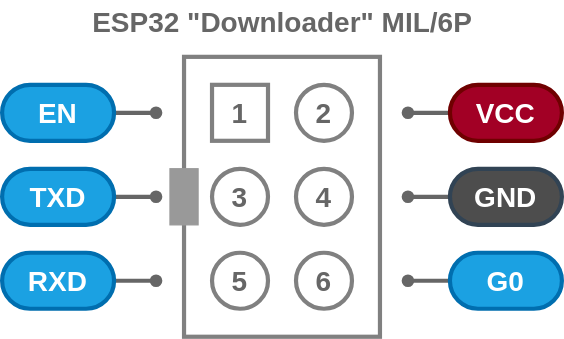
askn37/askn37.github.io keeps this draw.io diagram as svg/ESP32DL-M6P.drawio.svg. Above is the earlier version. Source tidied: cells renumbered, new cells last; positions are measured from the earlier drawing's top-left corner, leaving out a move shared by most shapes. The source it was exported from:
```xml
<mxGraphModel>
  <root>
    <mxCell id="0" />
    <mxCell id="1" parent="0" />
    <mxCell id="2" style="rounded=0;whiteSpace=wrap;html=1;labelBackgroundColor=#663300;fontSize=20;fontColor=#FFFFFF;strokeColor=#808080;strokeWidth=3;fillColor=none;" parent="1" vertex="1">
      <mxGeometry x="130" y="40" width="140" height="200" as="geometry" />
    </mxCell>
    <mxCell id="3" value="2" style="ellipse;whiteSpace=wrap;html=1;strokeWidth=3;strokeColor=#808080;fontSize=20;fontStyle=1;rounded=1;fontColor=#666666;fillColor=none;" parent="1" vertex="1">
      <mxGeometry x="210" y="60" width="40" height="40" as="geometry" />
    </mxCell>
    <mxCell id="4" value="1" style="whiteSpace=wrap;html=1;strokeWidth=3;strokeColor=#808080;fontStyle=1;fontSize=20;rounded=0;fontColor=#666666;fillColor=none;" parent="1" vertex="1">
      <mxGeometry x="150" y="60" width="40" height="40" as="geometry" />
    </mxCell>
    <mxCell id="5" value="3" style="ellipse;whiteSpace=wrap;html=1;strokeColor=#808080;strokeWidth=3;fontSize=20;fontStyle=1;rounded=1;fontColor=#666666;fillColor=none;" parent="1" vertex="1">
      <mxGeometry x="150" y="120" width="40" height="40" as="geometry" />
    </mxCell>
    <mxCell id="6" value="4" style="ellipse;whiteSpace=wrap;html=1;strokeColor=#808080;strokeWidth=3;fontStyle=1;fontSize=20;rounded=1;fontColor=#666666;fillColor=none;" parent="1" vertex="1">
      <mxGeometry x="210" y="120" width="40" height="40" as="geometry" />
    </mxCell>
    <mxCell id="7" value="5" style="ellipse;whiteSpace=wrap;html=1;strokeWidth=3;strokeColor=#808080;fontStyle=1;fontSize=20;rounded=1;fontColor=#666666;fillColor=none;" parent="1" vertex="1">
      <mxGeometry x="150" y="180" width="40" height="40" as="geometry" />
    </mxCell>
    <mxCell id="8" value="6" style="ellipse;whiteSpace=wrap;html=1;strokeColor=#808080;strokeWidth=3;fontStyle=1;fontSize=20;rounded=1;fontColor=#666666;fillColor=none;" parent="1" vertex="1">
      <mxGeometry x="210" y="180" width="40" height="40" as="geometry" />
    </mxCell>
    <mxCell id="9" style="edgeStyle=none;html=1;fontSize=20;fontColor=#FFFFFF;startArrow=none;startFill=0;endArrow=oval;endFill=1;strokeColor=#666666;strokeWidth=3;" parent="1" edge="1">
      <mxGeometry relative="1" as="geometry">
        <mxPoint x="320" y="80" as="sourcePoint" />
        <mxPoint x="290" y="80" as="targetPoint" />
      </mxGeometry>
    </mxCell>
    <mxCell id="10" style="edgeStyle=none;html=1;fontSize=20;fontColor=#FFFFFF;startArrow=none;startFill=0;endArrow=oval;endFill=1;strokeColor=#666666;strokeWidth=3;" parent="1" edge="1">
      <mxGeometry relative="1" as="geometry">
        <mxPoint x="320" y="140" as="sourcePoint" />
        <mxPoint x="290" y="140" as="targetPoint" />
      </mxGeometry>
    </mxCell>
    <mxCell id="11" style="edgeStyle=none;html=1;fontSize=20;fontColor=#FFFFFF;startArrow=none;startFill=0;endArrow=oval;endFill=1;strokeColor=#666666;strokeWidth=3;" parent="1" edge="1">
      <mxGeometry relative="1" as="geometry">
        <mxPoint x="320" y="200" as="sourcePoint" />
        <mxPoint x="290" y="200" as="targetPoint" />
      </mxGeometry>
    </mxCell>
    <mxCell id="12" style="html=1;exitX=1;exitY=0.5;exitDx=0;exitDy=0;fontSize=20;fontColor=#FFFFFF;strokeWidth=3;strokeColor=#666666;startArrow=none;startFill=0;endArrow=oval;endFill=1;" parent="1" edge="1">
      <mxGeometry relative="1" as="geometry">
        <mxPoint x="80" y="80" as="sourcePoint" />
        <mxPoint x="110" y="80" as="targetPoint" />
      </mxGeometry>
    </mxCell>
    <mxCell id="13" style="edgeStyle=none;html=1;exitX=1;exitY=0.5;exitDx=0;exitDy=0;fontSize=20;fontColor=#FFFFFF;startArrow=none;startFill=0;endArrow=oval;endFill=1;strokeColor=#666666;strokeWidth=3;" parent="1" edge="1">
      <mxGeometry relative="1" as="geometry">
        <mxPoint x="80" y="140" as="sourcePoint" />
        <mxPoint x="110" y="140" as="targetPoint" />
      </mxGeometry>
    </mxCell>
    <mxCell id="14" style="edgeStyle=none;html=1;fontSize=20;fontColor=#FFFFFF;startArrow=none;startFill=0;endArrow=oval;endFill=1;strokeColor=#666666;strokeWidth=3;" parent="1" edge="1">
      <mxGeometry relative="1" as="geometry">
        <mxPoint x="80" y="200" as="sourcePoint" />
        <mxPoint x="110" y="200" as="targetPoint" />
      </mxGeometry>
    </mxCell>
    <mxCell id="15" value="ESP32 &quot;Downloader&quot; MIL/6P" style="text;html=1;align=center;verticalAlign=middle;strokeColor=none;fillColor=none;fontSize=20;fontColor=#666666;fontStyle=1;" parent="1" vertex="1">
      <mxGeometry x="55" width="290" height="30" as="geometry" />
    </mxCell>
    <mxCell id="16" style="rounded=0;whiteSpace=wrap;html=1;fillColor=#999999;strokeColor=#999999;" parent="1" vertex="1">
      <mxGeometry x="120" y="120" width="20" height="40" as="geometry" />
    </mxCell>
    <mxCell id="17" value="EN" style="rounded=1;whiteSpace=wrap;html=1;fontSize=20;strokeWidth=3;fontStyle=1;fillColor=#1ba1e2;strokeColor=#006EAF;fontColor=#ffffff;arcSize=50;" parent="1" vertex="1">
      <mxGeometry y="60" width="80" height="40" as="geometry" />
    </mxCell>
    <mxCell id="18" value="RXD" style="rounded=1;whiteSpace=wrap;html=1;fontSize=20;strokeWidth=3;fontStyle=1;fillColor=#1ba1e2;strokeColor=#006EAF;fontColor=#ffffff;arcSize=50;" parent="1" vertex="1">
      <mxGeometry y="180" width="80" height="40" as="geometry" />
    </mxCell>
    <mxCell id="19" value="VCC" style="rounded=1;whiteSpace=wrap;html=1;fontSize=20;strokeWidth=3;fontStyle=1;fillColor=#a20025;strokeColor=#6F0000;fontColor=#ffffff;arcSize=50;" parent="1" vertex="1">
      <mxGeometry x="320" y="60" width="80" height="40" as="geometry" />
    </mxCell>
    <mxCell id="20" value="TXD" style="rounded=1;whiteSpace=wrap;html=1;fontSize=20;strokeWidth=3;fontStyle=1;fillColor=#1ba1e2;strokeColor=#006EAF;fontColor=#ffffff;arcSize=50;" parent="1" vertex="1">
      <mxGeometry y="120" width="80" height="40" as="geometry" />
    </mxCell>
    <mxCell id="21" value="GND" style="rounded=1;whiteSpace=wrap;html=1;fontSize=20;strokeWidth=3;fontStyle=1;fillColor=#4D4D4D;strokeColor=#314354;fontColor=#ffffff;arcSize=50;" parent="1" vertex="1">
      <mxGeometry x="320" y="120" width="80" height="40" as="geometry" />
    </mxCell>
    <mxCell id="22" value="G0" style="rounded=1;whiteSpace=wrap;html=1;fontSize=20;strokeWidth=3;fontStyle=1;fillColor=#1ba1e2;strokeColor=#006EAF;fontColor=#ffffff;arcSize=50;" parent="1" vertex="1">
      <mxGeometry x="320" y="180" width="80" height="40" as="geometry" />
    </mxCell>
  </root>
</mxGraphModel>
```
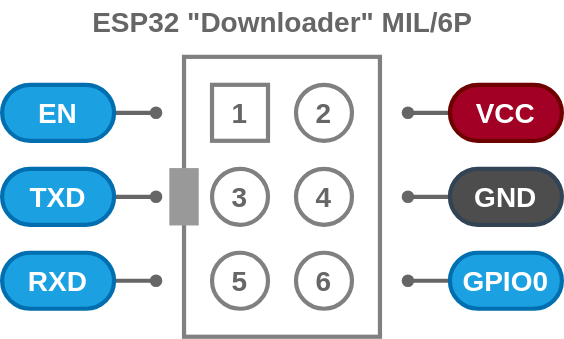
The same file after the commit.

Change to the diagram source:
```diff
@@ -80,7 +80,7 @@
     <mxCell id="21" value="GND" style="rounded=1;whiteSpace=wrap;html=1;fontSize=20;strokeWidth=3;fontStyle=1;fillColor=#4D4D4D;strokeColor=#314354;fontColor=#ffffff;arcSize=50;" parent="1" vertex="1">
       <mxGeometry x="320" y="120" width="80" height="40" as="geometry" />
     </mxCell>
-    <mxCell id="22" value="G0" style="rounded=1;whiteSpace=wrap;html=1;fontSize=20;strokeWidth=3;fontStyle=1;fillColor=#1ba1e2;strokeColor=#006EAF;fontColor=#ffffff;arcSize=50;" parent="1" vertex="1">
+    <mxCell id="22" value="GPIO0" style="rounded=1;whiteSpace=wrap;html=1;fontSize=20;strokeWidth=3;fontStyle=1;fillColor=#1ba1e2;strokeColor=#006EAF;fontColor=#ffffff;arcSize=50;" parent="1" vertex="1">
       <mxGeometry x="320" y="180" width="80" height="40" as="geometry" />
     </mxCell>
   </root>
```
